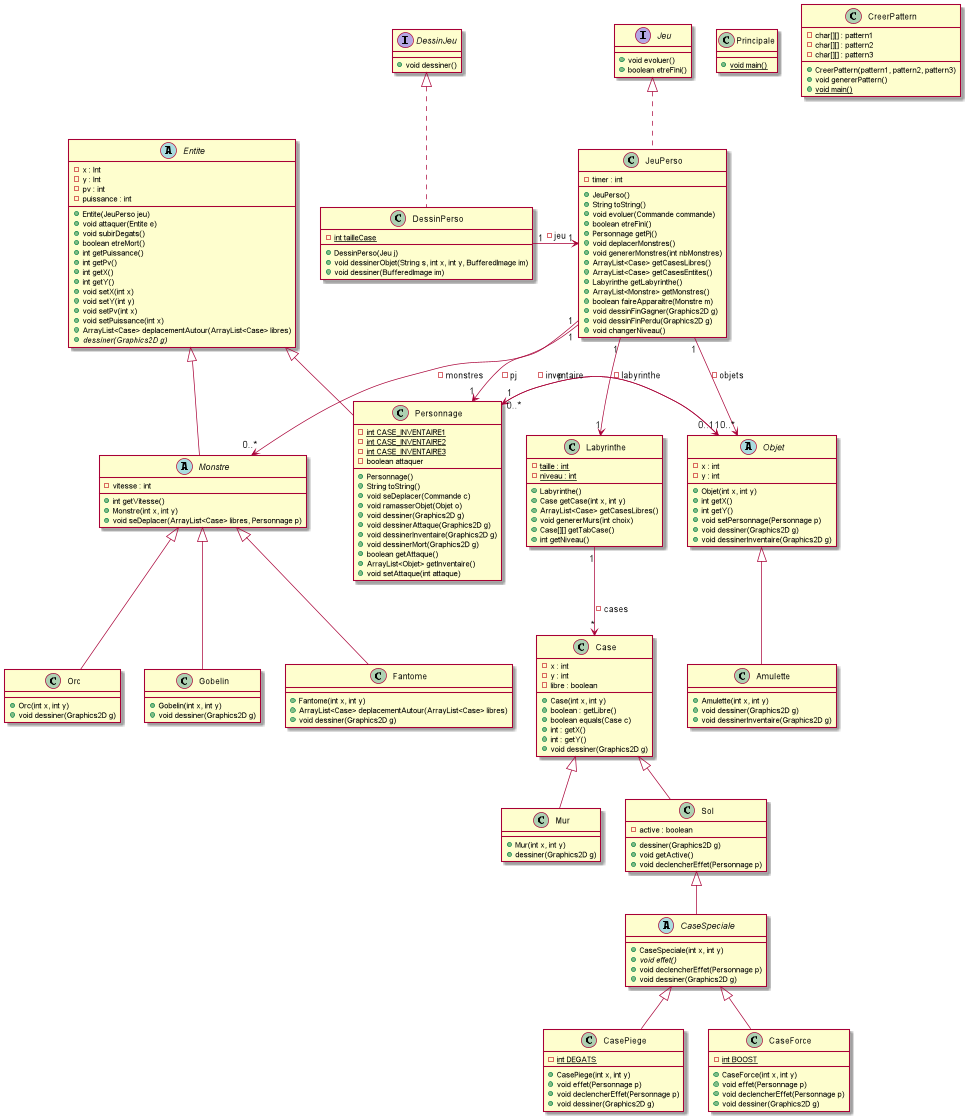
MichelGrolet/2d-game keeps this PlantUML diagram as documents/version7/diagramme.png. Above is the earlier version.
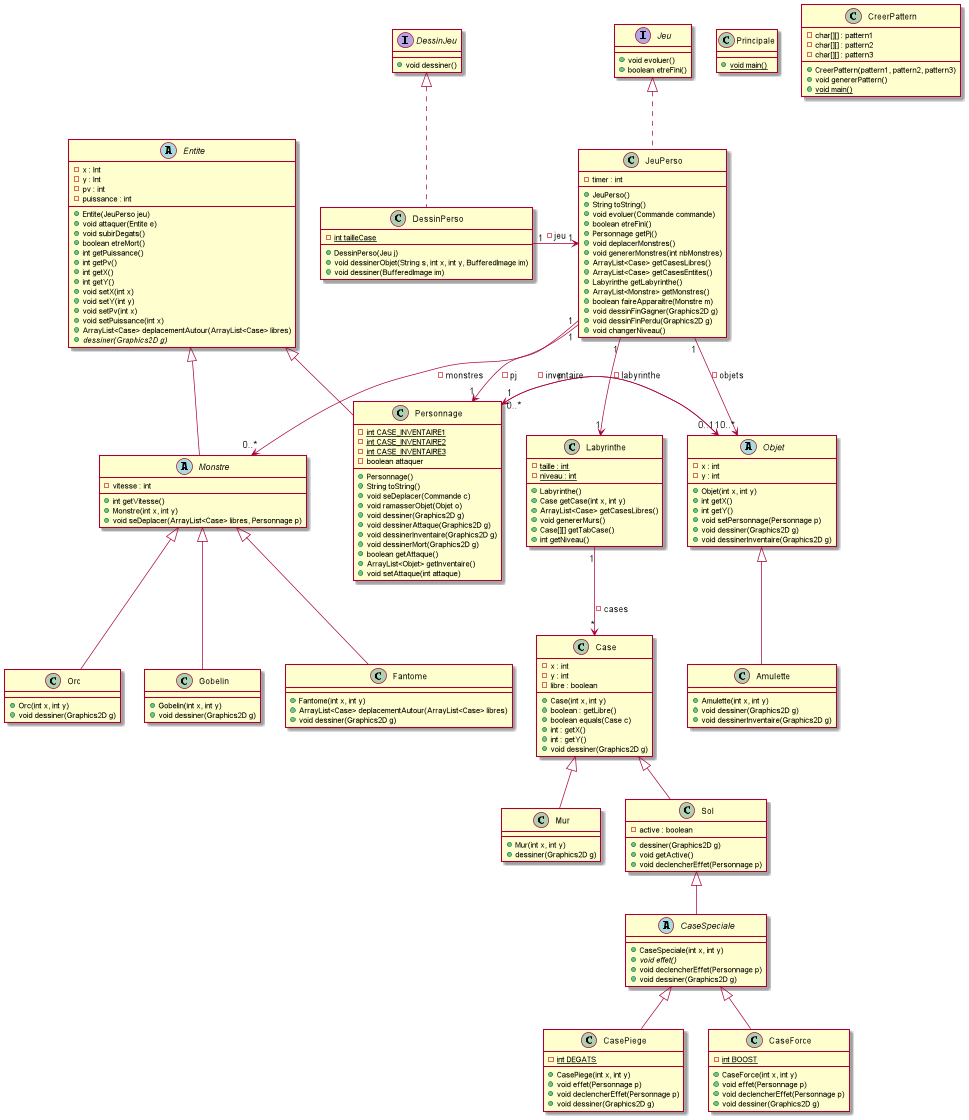
Above is the later version.

Diff of the diagram source:
```diff
@@ -42,7 +42,7 @@
     + Labyrinthe()
     + Case getCase(int x, int y)
     + ArrayList<Case> getCasesLibres()
-    + void genererMurs(int choix)
+    + void genererMurs()
     + Case[][] getTabCase()
     + int getNiveau()
 }
```
